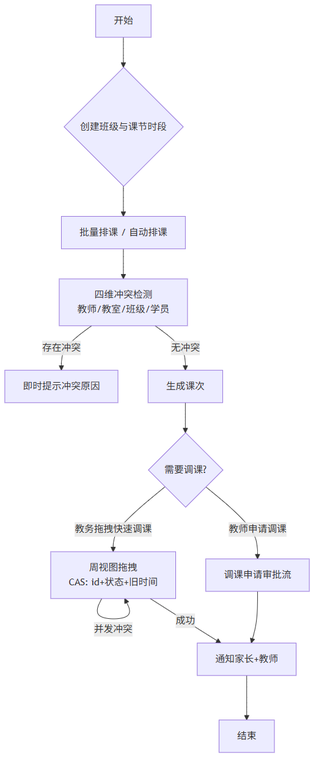
BYNekoNay/educational-administration keeps this Mermaid diagram as docs/paper/figures/fig2-4.png. Above is the earlier version. Its source is kept beside it as docs/paper/figures/fig2-4.mmd. Its diagram source:
```mermaid
flowchart TB
    S[开始] --> C{创建班级与课节时段}
    C --> B[批量排课 / 自动排课]
    B --> D[四维冲突检测<br/>教师/教室/班级/学员]
    D -->|存在冲突| X[即时提示冲突原因]
    D -->|无冲突| E[生成课次]
    E --> R{需要调课?}
    R -->|教务拖拽快速调课| Q[周视图拖拽<br/>CAS: id+状态+旧时间]
    R -->|教师申请调课| T[调课申请审批流]
    Q -->|并发冲突| Q
    Q -->|成功| N[通知家长+教师]
    T --> N
    N --> O[结束]
```
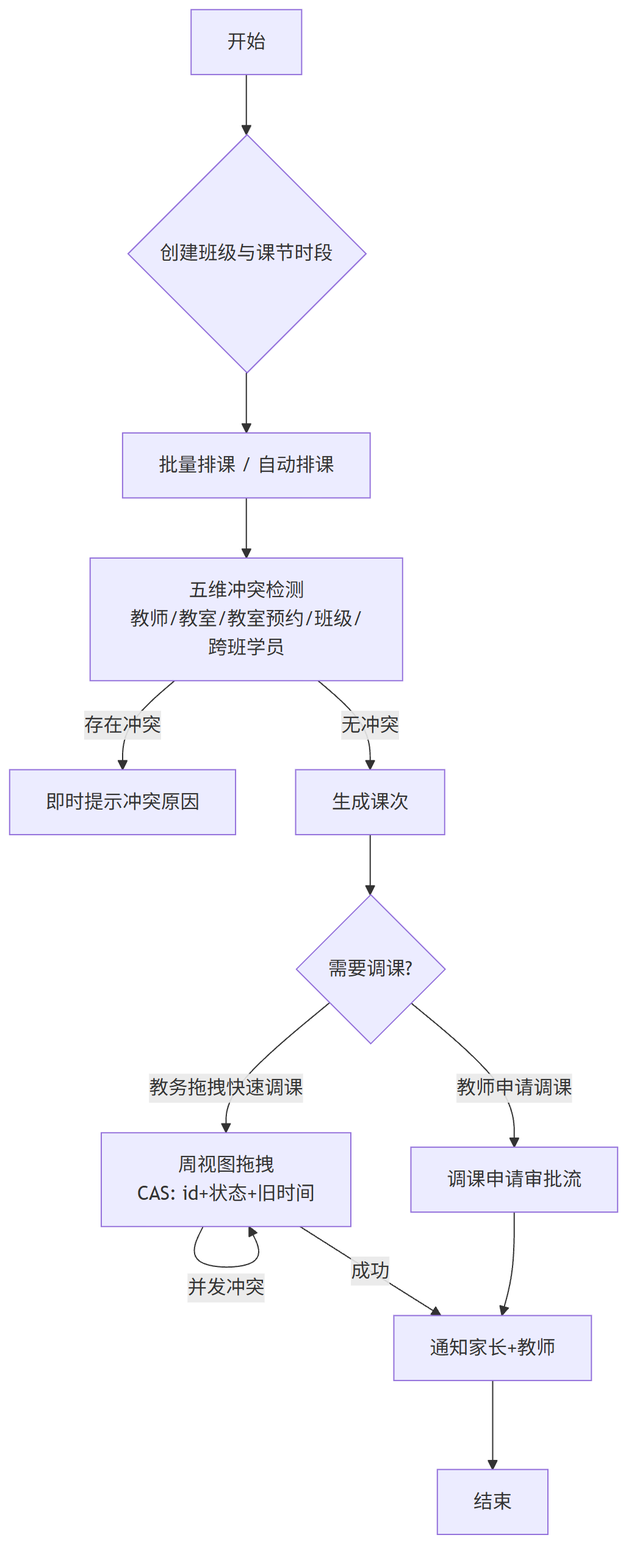
After the commit.

Change to the diagram source:
```diff
@@ -1,7 +1,7 @@
 flowchart TB
     S[开始] --> C{创建班级与课节时段}
     C --> B[批量排课 / 自动排课]
-    B --> D[四维冲突检测<br/>教师/教室/班级/学员]
+    B --> D[五维冲突检测<br/>教师/教室/教室预约/班级/跨班学员]
     D -->|存在冲突| X[即时提示冲突原因]
     D -->|无冲突| E[生成课次]
     E --> R{需要调课?}
```
